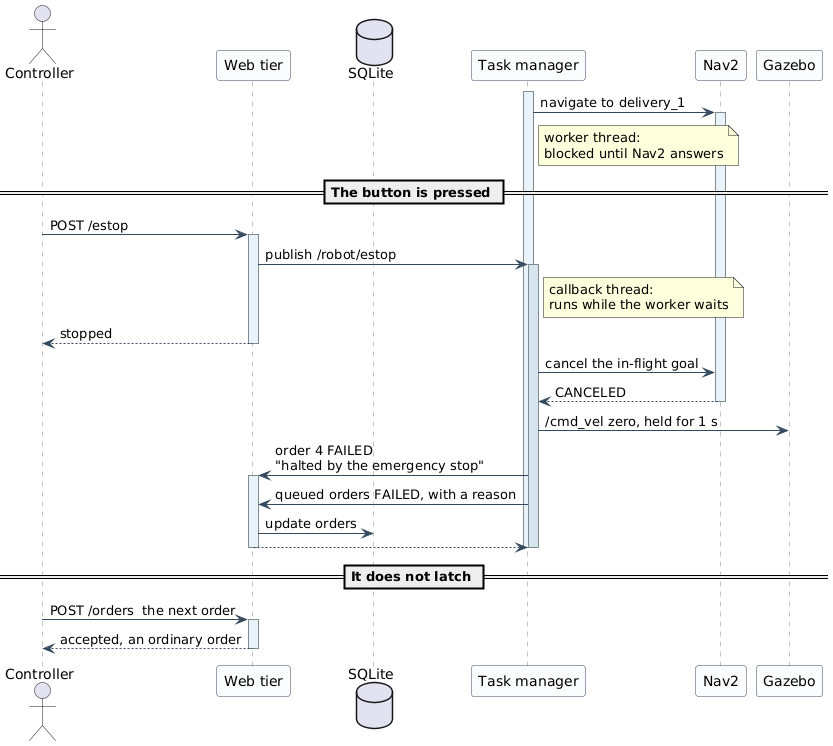
Before: report/Figures/12-sequence-emergency-stop.png, a diagram exported from PlantUML (ArianShafagh/robofetch).
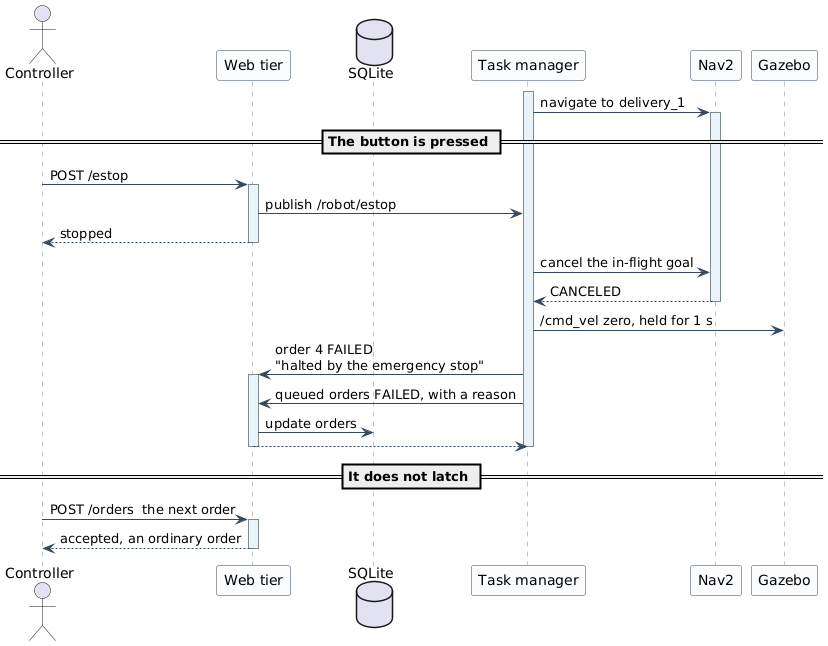
After the commit.

Commit message:
Emergency stop: one activation bar on the task manager

Diff of the diagram source:
```diff
@@ -18,15 +18,11 @@
 
 activate TM
 TM -> NAV ++ : navigate to delivery_1
-note right of TM : worker thread:\nblocked until Nav2 answers
 
 == The button is pressed ==
 C -> API ++ : POST /estop
 API -> TM : publish /robot/estop
-activate TM #D6E4F0
-note right of TM : callback thread:\nruns while the worker waits
 API --> C -- : stopped
-
 TM -> NAV : cancel the in-flight goal
 NAV --> TM -- : CANCELED
 TM -> GZ : /cmd_vel zero, held for 1 s
@@ -35,7 +31,6 @@
 API -> DB : update orders
 API --> TM --
 deactivate TM
-deactivate TM
 
 == It does not latch ==
 C -> API ++ : POST /orders  the next order
```
